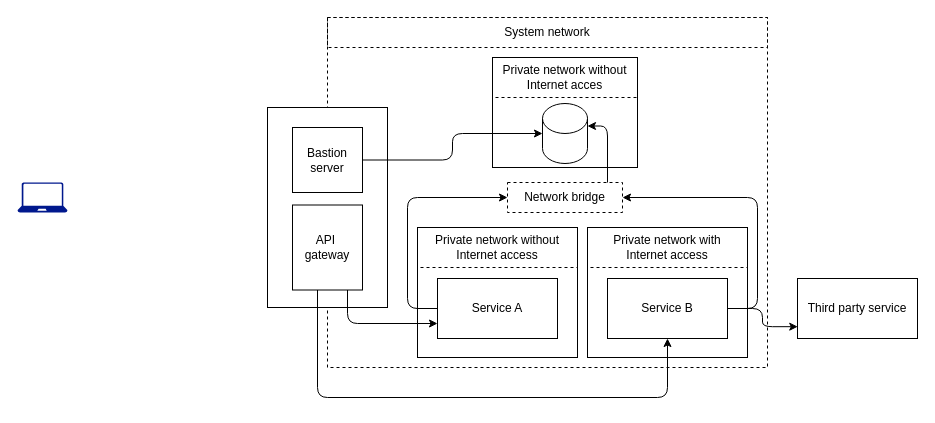
This is page "9.10" (10 of 12) of ch09.drawio from abunuwas/api-sec-book-imgs, a draw.io file, before an edit. Source tidied: cells renumbered, new cells numbered last; positions are measured from the earlier drawing's top-left corner, leaving out a move shared by most shapes. Both pictures are drawn from the tidied source at 100%, with x=0, y=0 at pixel (17, 17).
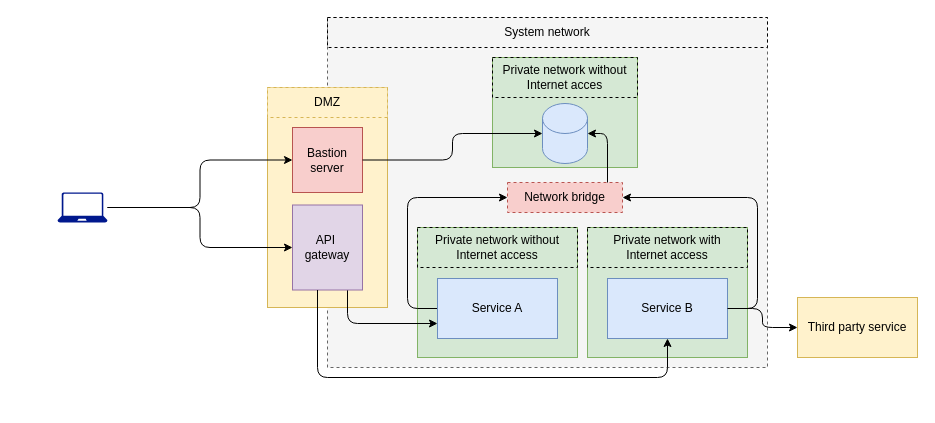
After the change.

Diff of the diagram source:
```diff
@@
-    <mxCell id="2" style="rounded=0;whiteSpace=wrap;html=1;dashed=1;" parent="1" vertex="1">
+    <mxCell id="2" style="rounded=0;whiteSpace=wrap;html=1;dashed=1;fillColor=#f5f5f5;fontColor=#333333;strokeColor=#666666;" parent="1" vertex="1">
       <mxGeometry x="310" width="440" height="350" as="geometry" />
     </mxCell>
-    <mxCell id="3" style="rounded=0;whiteSpace=wrap;html=1;" parent="1" vertex="1">
+    <mxCell id="3" style="rounded=0;whiteSpace=wrap;html=1;fillColor=#d5e8d4;strokeColor=#82b366;" parent="1" vertex="1">
       <mxGeometry x="475" y="40" width="145" height="110" as="geometry" />
     </mxCell>
-    <mxCell id="4" style="rounded=0;whiteSpace=wrap;html=1;" parent="1" vertex="1">
+    <mxCell id="4" style="rounded=0;whiteSpace=wrap;html=1;fillColor=#d5e8d4;strokeColor=#82b366;" parent="1" vertex="1">
       <mxGeometry x="400" y="210" width="160" height="130" as="geometry" />
     </mxCell>
-    <mxCell id="5" style="rounded=0;whiteSpace=wrap;html=1;" parent="1" vertex="1">
-      <mxGeometry x="250" y="90" width="120" height="200" as="geometry" />
+    <mxCell id="5" style="rounded=0;whiteSpace=wrap;html=1;fillColor=#fff2cc;strokeColor=#d6b656;" parent="1" vertex="1">
+      <mxGeometry x="250" y="70" width="120" height="220" as="geometry" />
     </mxCell>
@@
-    <mxCell id="7" value="Service A" style="rounded=0;whiteSpace=wrap;html=1;" parent="1" vertex="1">
+    <mxCell id="7" value="Service A" style="rounded=0;whiteSpace=wrap;html=1;fillColor=#dae8fc;strokeColor=#6c8ebf;" parent="1" vertex="1">
       <mxGeometry x="420" y="261" width="120" height="60" as="geometry" />
     </mxCell>
-    <mxCell id="8" style="shape=cylinder3;whiteSpace=wrap;html=1;boundedLbl=1;backgroundOutline=1;size=15;" parent="1" vertex="1">
+    <mxCell id="8" style="shape=cylinder3;whiteSpace=wrap;html=1;boundedLbl=1;backgroundOutline=1;size=15;fillColor=#dae8fc;strokeColor=#6c8ebf;" parent="1" vertex="1">
       <mxGeometry x="525" y="86" width="45" height="60" as="geometry" />
     </mxCell>
-    <mxCell id="9" value="Network bridge" style="rounded=0;whiteSpace=wrap;html=1;dashed=1;" parent="1" vertex="1">
+    <mxCell id="9" value="Network bridge" style="rounded=0;whiteSpace=wrap;html=1;dashed=1;fillColor=#f8cecc;strokeColor=#b85450;" parent="1" vertex="1">
       <mxGeometry x="490" y="165" width="115" height="30" as="geometry" />
     </mxCell>
@@
-    <mxCell id="11" value="API&amp;nbsp;&lt;div&gt;gateway&lt;/div&gt;" style="rounded=0;whiteSpace=wrap;html=1;" parent="1" vertex="1">
+    <mxCell id="11" value="API&amp;nbsp;&lt;div&gt;gateway&lt;/div&gt;" style="rounded=0;whiteSpace=wrap;html=1;fillColor=#e1d5e7;strokeColor=#9673a6;" parent="1" vertex="1">
       <mxGeometry x="275" y="187.5" width="70" height="85" as="geometry" />
     </mxCell>
-    <mxCell id="12" value="Bastion server" style="rounded=0;whiteSpace=wrap;html=1;" parent="1" vertex="1">
+    <mxCell id="12" value="Bastion server" style="rounded=0;whiteSpace=wrap;html=1;fillColor=#f8cecc;strokeColor=#b85450;" parent="1" vertex="1">
       <mxGeometry x="275" y="110" width="70" height="65" as="geometry" />
     </mxCell>
@@
-    <mxCell id="15" style="rounded=0;whiteSpace=wrap;html=1;" parent="1" vertex="1">
+    <mxCell id="15" style="rounded=0;whiteSpace=wrap;html=1;fillColor=#d5e8d4;strokeColor=#82b366;" parent="1" vertex="1">
       <mxGeometry x="570" y="210" width="160" height="130" as="geometry" />
     </mxCell>
@@
-    <mxCell id="17" value="Service B" style="rounded=0;whiteSpace=wrap;html=1;" parent="1" vertex="1">
+    <mxCell id="17" value="Service B" style="rounded=0;whiteSpace=wrap;html=1;fillColor=#dae8fc;strokeColor=#6c8ebf;" parent="1" vertex="1">
       <mxGeometry x="590" y="261" width="120" height="60" as="geometry" />
     </mxCell>
@@
+    <mxCell id="26" style="edgeStyle=orthogonalEdgeStyle;rounded=1;jettySize=auto;html=1;entryX=0;entryY=0.5;entryDx=0;entryDy=0;curved=0;" parent="1" edge="1" source="20" target="12">
+      <mxGeometry relative="1" as="geometry" />
+    </mxCell>
+    <mxCell id="27" style="edgeStyle=orthogonalEdgeStyle;rounded=1;jettySize=auto;html=1;curved=0;" parent="1" edge="1" source="20" target="11">
+      <mxGeometry relative="1" as="geometry" />
+    </mxCell>
     <mxCell id="20" style="sketch=0;shadow=0;dashed=0;html=1;strokeColor=none;labelPosition=center;verticalLabelPosition=bottom;verticalAlign=top;align=center;fillColor=#00188D;shape=mxgraph.azure.laptop;" parent="1" vertex="1">
-      <mxGeometry y="165" width="50" height="30" as="geometry" />
+      <mxGeometry x="40" y="175" width="50" height="30" as="geometry" />
     </mxCell>
-    <mxCell id="21" value="Third party service" style="rounded=0;whiteSpace=wrap;html=1;" parent="1" vertex="1">
-      <mxGeometry x="780" y="261" width="120" height="60" as="geometry" />
+    <mxCell id="21" value="Third party service" style="rounded=0;whiteSpace=wrap;html=1;fillColor=#fff2cc;strokeColor=#d6b656;" parent="1" vertex="1">
+      <mxGeometry x="780" y="280" width="120" height="60" as="geometry" />
     </mxCell>
-    <mxCell id="22" style="edgeStyle=orthogonalEdgeStyle;rounded=1;jettySize=auto;html=1;entryX=1;entryY=0;entryDx=0;entryDy=22.5;entryPerimeter=0;curved=0;" parent="1" edge="1" source="9" target="8">
+    <mxCell id="22" style="edgeStyle=orthogonalEdgeStyle;rounded=1;jettySize=auto;html=1;entryX=1;entryY=0.5;entryDx=0;entryDy=0;entryPerimeter=0;curved=0;" parent="1" edge="1" source="9" target="8">
       <mxGeometry relative="1" as="geometry">
         <Array as="points">
-          <mxPoint x="590" y="108" />
+          <mxPoint x="590" y="116" />
         </Array>
       </mxGeometry>
     </mxCell>
@@
-    <mxCell id="24" style="edgeStyle=orthogonalEdgeStyle;rounded=1;jettySize=auto;html=1;entryX=0.002;entryY=0.803;entryDx=0;entryDy=0;entryPerimeter=0;curved=0;" parent="1" edge="1" source="17" target="21">
+    <mxCell id="24" style="edgeStyle=orthogonalEdgeStyle;rounded=1;jettySize=auto;html=1;entryX=0;entryY=0.5;entryDx=0;entryDy=0;curved=0;" parent="1" edge="1" source="17" target="21">
       <mxGeometry relative="1" as="geometry" />
     </mxCell>
     <mxCell id="25" style="edgeStyle=orthogonalEdgeStyle;rounded=1;jettySize=auto;html=1;entryX=0.5;entryY=1;entryDx=0;entryDy=0;curved=0;" parent="1" edge="1" source="11" target="17">
       <mxGeometry relative="1" as="geometry">
         <Array as="points">
-          <mxPoint x="300" y="380" />
-          <mxPoint x="650" y="380" />
+          <mxPoint x="300" y="360" />
+          <mxPoint x="650" y="360" />
         </Array>
       </mxGeometry>
     </mxCell>
+    <mxCell id="28" value="DMZ" style="text;html=1;align=center;verticalAlign=middle;whiteSpace=wrap;rounded=0;strokeColor=#d6b656;dashed=1;fillColor=#fff2cc;" parent="1" vertex="1">
+      <mxGeometry x="250" y="70" width="120" height="30" as="geometry" />
+    </mxCell>
```
